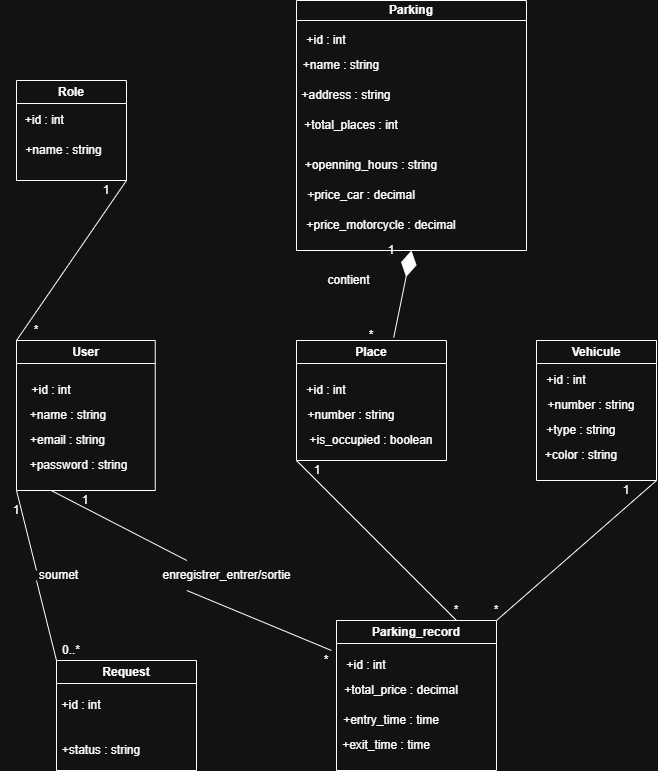
Earlier version of the draw.io export Diagrammes/class2.png (elhafkhalid/Gestion_parking). Source tidied: cells renumbered, new cells last; positions are measured from the earlier drawing's top-left corner, leaving out a move shared by most shapes.
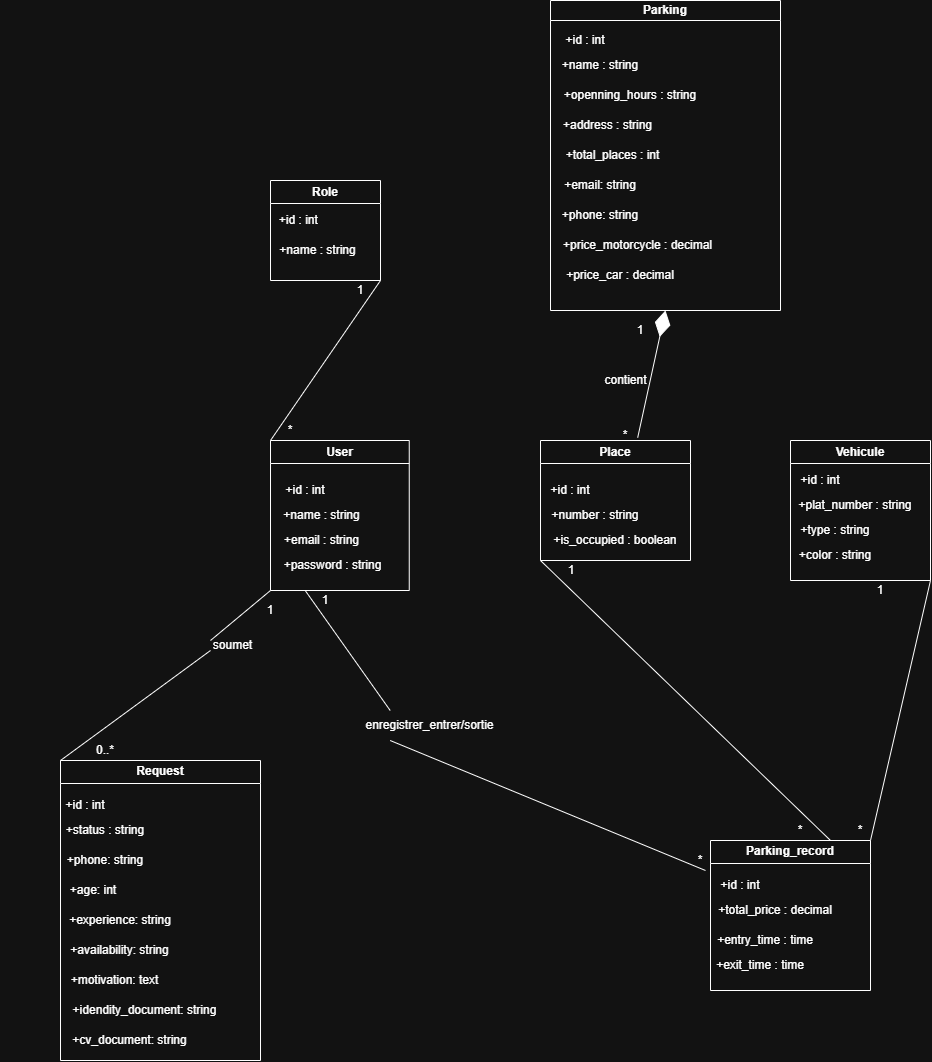
Later version of the same file.

Change to the diagram source:
```diff
@@ -12,29 +12,35 @@
       <mxGeometry x="-15" y="60" width="125" height="20" as="geometry" />
     </mxCell>
     <mxCell id="5" value="Parking" style="swimlane;whiteSpace=wrap;html=1;startSize=20;" parent="1" vertex="1">
-      <mxGeometry x="296" width="230" height="250" as="geometry" />
+      <mxGeometry x="296" y="-100" width="230" height="310" as="geometry" />
     </mxCell>
     <mxCell id="6" value="+openning_hours : string" style="text;html=1;whiteSpace=wrap;strokeColor=none;fillColor=none;align=center;verticalAlign=middle;rounded=0;" parent="5" vertex="1">
-      <mxGeometry x="-10" y="150" width="170" height="30" as="geometry" />
+      <mxGeometry y="80" width="160" height="30" as="geometry" />
     </mxCell>
     <mxCell id="7" value="+price_car : decimal" style="text;html=1;whiteSpace=wrap;strokeColor=none;fillColor=none;align=center;verticalAlign=middle;rounded=0;" parent="5" vertex="1">
-      <mxGeometry x="-60" y="180" width="250" height="30" as="geometry" />
+      <mxGeometry x="-55" y="260" width="250" height="30" as="geometry" />
     </mxCell>
     <mxCell id="8" value="+price_motorcycle : decimal" style="text;html=1;whiteSpace=wrap;strokeColor=none;fillColor=none;align=center;verticalAlign=middle;rounded=0;" parent="5" vertex="1">
-      <mxGeometry x="-60" y="210" width="290" height="30" as="geometry" />
+      <mxGeometry x="-55" y="230" width="285" height="30" as="geometry" />
     </mxCell>
-    <mxCell id="9" value="+id : int" style="text;html=1;whiteSpace=wrap;strokeColor=none;fillColor=none;align=center;verticalAlign=middle;rounded=0;" parent="1" vertex="1">
-      <mxGeometry x="276" y="30" width="100" height="20" as="geometry" />
+    <mxCell id="9" value="+id : int" style="text;html=1;whiteSpace=wrap;strokeColor=none;fillColor=none;align=center;verticalAlign=middle;rounded=0;" parent="5" vertex="1">
+      <mxGeometry x="-10" y="30" width="90" height="20" as="geometry" />
     </mxCell>
-    <mxCell id="10" value="+name : string" style="text;html=1;whiteSpace=wrap;strokeColor=none;fillColor=none;align=center;verticalAlign=middle;rounded=0;" parent="1" vertex="1">
-      <mxGeometry x="286" y="50" width="110" height="30" as="geometry" />
+    <mxCell id="10" value="+name : string" style="text;html=1;whiteSpace=wrap;strokeColor=none;fillColor=none;align=center;verticalAlign=middle;rounded=0;" parent="5" vertex="1">
+      <mxGeometry y="50" width="100" height="30" as="geometry" />
     </mxCell>
-    <mxCell id="11" value="+address : string" style="text;html=1;whiteSpace=wrap;strokeColor=none;fillColor=none;align=center;verticalAlign=middle;rounded=0;" parent="1" vertex="1">
-      <mxGeometry x="286" y="80" width="120" height="30" as="geometry" />
+    <mxCell id="11" value="+address : string" style="text;html=1;whiteSpace=wrap;strokeColor=none;fillColor=none;align=center;verticalAlign=middle;rounded=0;" parent="5" vertex="1">
+      <mxGeometry x="5" y="110" width="105" height="30" as="geometry" />
     </mxCell>
-    <mxCell id="12" value="+total_places : int" style="text;html=1;whiteSpace=wrap;strokeColor=none;fillColor=none;align=center;verticalAlign=middle;rounded=0;" parent="1" vertex="1">
-      <mxGeometry x="286" y="110" width="130" height="30" as="geometry" />
+    <mxCell id="12" value="+total_places : int" style="text;html=1;whiteSpace=wrap;strokeColor=none;fillColor=none;align=center;verticalAlign=middle;rounded=0;" parent="5" vertex="1">
+      <mxGeometry x="5" y="140" width="115" height="30" as="geometry" />
     </mxCell>
+    <mxCell id="58" value="+email: string" style="text;html=1;whiteSpace=wrap;strokeColor=none;fillColor=none;align=center;verticalAlign=middle;rounded=0;" parent="5" vertex="1">
+      <mxGeometry x="-20" y="170" width="140" height="30" as="geometry" />
+    </mxCell>
+    <mxCell id="59" value="+phone: string" style="text;html=1;whiteSpace=wrap;strokeColor=none;fillColor=none;align=center;verticalAlign=middle;rounded=0;" parent="5" vertex="1">
+      <mxGeometry x="-20" y="200" width="140" height="30" as="geometry" />
+    </mxCell>
     <mxCell id="13" value="User" style="swimlane;whiteSpace=wrap;html=1;" parent="1" vertex="1">
       <mxGeometry x="16" y="340" width="138.8" height="150" as="geometry" />
     </mxCell>
@@ -51,7 +57,7 @@
       <mxGeometry x="-15" y="110" width="155" height="30" as="geometry" />
     </mxCell>
     <mxCell id="18" value="Place" style="swimlane;whiteSpace=wrap;html=1;" parent="1" vertex="1">
-      <mxGeometry x="296" y="340" width="150" height="120" as="geometry" />
+      <mxGeometry x="286" y="340" width="150" height="120" as="geometry" />
     </mxCell>
     <mxCell id="19" value="+id : int" style="text;html=1;whiteSpace=wrap;strokeColor=none;fillColor=none;align=center;verticalAlign=middle;rounded=0;" parent="18" vertex="1">
       <mxGeometry x="-40" y="40" width="140" height="20" as="geometry" />
@@ -63,13 +69,13 @@
       <mxGeometry y="85" width="150" height="30" as="geometry" />
     </mxCell>
     <mxCell id="22" value="Vehicule" style="swimlane;whiteSpace=wrap;html=1;" parent="1" vertex="1">
-      <mxGeometry x="536" y="340" width="120" height="140" as="geometry" />
+      <mxGeometry x="536" y="340" width="140" height="140" as="geometry" />
     </mxCell>
     <mxCell id="23" value="+id : int" style="text;html=1;whiteSpace=wrap;strokeColor=none;fillColor=none;align=center;verticalAlign=middle;rounded=0;" parent="22" vertex="1">
       <mxGeometry x="-20" y="30" width="100" height="20" as="geometry" />
     </mxCell>
-    <mxCell id="24" value="+number : string" style="text;html=1;whiteSpace=wrap;strokeColor=none;fillColor=none;align=center;verticalAlign=middle;rounded=0;" parent="22" vertex="1">
-      <mxGeometry x="-10" y="50" width="130" height="30" as="geometry" />
+    <mxCell id="24" value="+plat_number : string" style="text;html=1;whiteSpace=wrap;strokeColor=none;fillColor=none;align=center;verticalAlign=middle;rounded=0;" parent="22" vertex="1">
+      <mxGeometry x="-10" y="50" width="150" height="30" as="geometry" />
     </mxCell>
     <mxCell id="25" value="+type : string" style="text;html=1;whiteSpace=wrap;strokeColor=none;fillColor=none;align=center;verticalAlign=middle;rounded=0;" parent="22" vertex="1">
       <mxGeometry x="-20" y="80" width="130" height="20" as="geometry" />
@@ -78,16 +84,37 @@
       <mxGeometry x="-20" y="100" width="130" height="30" as="geometry" />
     </mxCell>
     <mxCell id="27" value="Request" style="swimlane;whiteSpace=wrap;html=1;" parent="1" vertex="1">
-      <mxGeometry x="56" y="660" width="140" height="110" as="geometry" />
+      <mxGeometry x="-194" y="660" width="200" height="300" as="geometry" />
     </mxCell>
     <mxCell id="28" value="+id : int" style="text;html=1;whiteSpace=wrap;strokeColor=none;fillColor=none;align=center;verticalAlign=middle;rounded=0;" parent="27" vertex="1">
       <mxGeometry x="-40" y="30" width="130" height="30" as="geometry" />
     </mxCell>
     <mxCell id="29" value="+status : string" style="text;html=1;whiteSpace=wrap;strokeColor=none;fillColor=none;align=center;verticalAlign=middle;rounded=0;" parent="27" vertex="1">
-      <mxGeometry x="-20" y="80" width="130" height="20" as="geometry" />
+      <mxGeometry x="-20" y="60" width="130" height="20" as="geometry" />
     </mxCell>
+    <mxCell id="60" value="+phone: string" style="text;html=1;whiteSpace=wrap;strokeColor=none;fillColor=none;align=center;verticalAlign=middle;rounded=0;" parent="27" vertex="1">
+      <mxGeometry x="-20" y="90" width="130" height="20" as="geometry" />
+    </mxCell>
+    <mxCell id="61" value="+age: int" style="text;html=1;whiteSpace=wrap;strokeColor=none;fillColor=none;align=center;verticalAlign=middle;rounded=0;" parent="27" vertex="1">
+      <mxGeometry x="-32.5" y="120" width="130" height="20" as="geometry" />
+    </mxCell>
+    <mxCell id="62" value="+experience: string" style="text;html=1;whiteSpace=wrap;strokeColor=none;fillColor=none;align=center;verticalAlign=middle;rounded=0;" parent="27" vertex="1">
+      <mxGeometry x="-20" y="150" width="160" height="20" as="geometry" />
+    </mxCell>
+    <mxCell id="63" value="+availability: string" style="text;html=1;whiteSpace=wrap;strokeColor=none;fillColor=none;align=center;verticalAlign=middle;rounded=0;" parent="27" vertex="1">
+      <mxGeometry x="-32.5" y="180" width="182.5" height="20" as="geometry" />
+    </mxCell>
+    <mxCell id="64" value="+motivation: text" style="text;html=1;whiteSpace=wrap;strokeColor=none;fillColor=none;align=center;verticalAlign=middle;rounded=0;" parent="27" vertex="1">
+      <mxGeometry x="-32.5" y="210" width="172.5" height="20" as="geometry" />
+    </mxCell>
+    <mxCell id="65" value="+idendity_document: string" style="text;html=1;whiteSpace=wrap;strokeColor=none;fillColor=none;align=center;verticalAlign=middle;rounded=0;" parent="27" vertex="1">
+      <mxGeometry x="-31.2" y="240" width="231.2" height="20" as="geometry" />
+    </mxCell>
+    <mxCell id="66" value="+cv_document: string" style="text;html=1;whiteSpace=wrap;strokeColor=none;fillColor=none;align=center;verticalAlign=middle;rounded=0;" parent="27" vertex="1">
+      <mxGeometry x="-60" y="270" width="258.8" height="20" as="geometry" />
+    </mxCell>
     <mxCell id="30" value="Parking_record" style="swimlane;whiteSpace=wrap;html=1;startSize=23;" parent="1" vertex="1">
-      <mxGeometry x="336" y="620" width="160" height="150" as="geometry" />
+      <mxGeometry x="456" y="740" width="160" height="150" as="geometry" />
     </mxCell>
     <mxCell id="31" value="+id : int" style="text;html=1;whiteSpace=wrap;strokeColor=none;fillColor=none;align=center;verticalAlign=middle;rounded=0;" parent="30" vertex="1">
       <mxGeometry x="-40" y="30" width="140" height="30" as="geometry" />
@@ -126,7 +153,7 @@
       <mxGeometry x="26" y="320" width="20" height="20" as="geometry" />
     </mxCell>
     <mxCell id="43" value="1" style="text;html=1;whiteSpace=wrap;strokeColor=none;fillColor=none;align=center;verticalAlign=middle;rounded=0;" parent="1" vertex="1">
-      <mxGeometry x="381" y="240" width="20" height="20" as="geometry" />
+      <mxGeometry x="376" y="220" width="20" height="20" as="geometry" />
     </mxCell>
     <mxCell id="44" value="*" style="text;html=1;whiteSpace=wrap;strokeColor=none;fillColor=none;align=center;verticalAlign=middle;rounded=0;" parent="1" vertex="1">
       <mxGeometry x="366" y="320" width="10" height="30" as="geometry" />
@@ -135,40 +162,40 @@
       <mxGeometry x="6" y="500" width="20" height="20" as="geometry" />
     </mxCell>
     <mxCell id="46" value="0..*" style="text;html=1;whiteSpace=wrap;strokeColor=none;fillColor=none;align=center;verticalAlign=middle;rounded=0;" parent="1" vertex="1">
-      <mxGeometry x="56" y="640" width="30" height="20" as="geometry" />
+      <mxGeometry x="-164" y="640" width="30" height="20" as="geometry" />
     </mxCell>
     <mxCell id="47" value="1" style="text;html=1;whiteSpace=wrap;strokeColor=none;fillColor=none;align=center;verticalAlign=middle;rounded=0;" parent="1" vertex="1">
-      <mxGeometry x="75.4" y="490" width="20" height="20" as="geometry" />
+      <mxGeometry x="61" y="490" width="20" height="20" as="geometry" />
     </mxCell>
     <mxCell id="48" value="*" style="text;html=1;whiteSpace=wrap;strokeColor=none;fillColor=none;align=center;verticalAlign=middle;rounded=0;" parent="1" vertex="1">
-      <mxGeometry x="316" y="650" width="20" height="20" as="geometry" />
+      <mxGeometry x="436" y="750" width="20" height="20" as="geometry" />
     </mxCell>
     <mxCell id="49" value="1" style="text;html=1;whiteSpace=wrap;strokeColor=none;fillColor=none;align=center;verticalAlign=middle;rounded=0;" parent="1" vertex="1">
       <mxGeometry x="307.2" y="460" width="20" height="20" as="geometry" />
     </mxCell>
     <mxCell id="50" value="*" style="text;html=1;whiteSpace=wrap;strokeColor=none;fillColor=none;align=center;verticalAlign=middle;rounded=0;" parent="1" vertex="1">
-      <mxGeometry x="446" y="600" width="20" height="20" as="geometry" />
+      <mxGeometry x="536" y="720" width="20" height="20" as="geometry" />
     </mxCell>
     <mxCell id="51" value="1" style="text;html=1;whiteSpace=wrap;strokeColor=none;fillColor=none;align=center;verticalAlign=middle;rounded=0;" parent="1" vertex="1">
       <mxGeometry x="606" y="480" width="40" height="20" as="geometry" />
     </mxCell>
     <mxCell id="52" value="*" style="text;html=1;whiteSpace=wrap;strokeColor=none;fillColor=none;align=center;verticalAlign=middle;rounded=0;" parent="1" vertex="1">
-      <mxGeometry x="486" y="600" width="20" height="20" as="geometry" />
+      <mxGeometry x="596" y="720" width="20" height="20" as="geometry" />
     </mxCell>
     <mxCell id="53" style="endArrow=none;html=1;rounded=0;entryX=0.25;entryY=1;entryDx=0;entryDy=0;exitX=0.25;exitY=0;exitDx=0;exitDy=0;" parent="1" edge="1" source="31" target="54">
       <mxGeometry relative="1" as="geometry" />
     </mxCell>
     <mxCell id="54" value="enregistrer_entrer/sortie" style="text;html=1;whiteSpace=wrap;strokeColor=none;fillColor=none;align=center;verticalAlign=middle;rounded=0;" parent="1" vertex="1">
-      <mxGeometry x="146" y="560" width="161.2" height="30" as="geometry" />
+      <mxGeometry x="95.4" y="610" width="161.2" height="30" as="geometry" />
     </mxCell>
     <mxCell id="55" value="contient" style="text;html=1;whiteSpace=wrap;strokeColor=none;fillColor=none;align=center;verticalAlign=middle;rounded=0;" parent="1" vertex="1">
-      <mxGeometry x="326" y="270" width="45" height="20" as="geometry" />
+      <mxGeometry x="348.5" y="270" width="45" height="20" as="geometry" />
     </mxCell>
     <mxCell id="56" style="endArrow=none;html=1;rounded=0;exitX=0;exitY=1;exitDx=0;exitDy=0;entryX=0;entryY=0;entryDx=0;entryDy=0;" parent="1" edge="1" source="13" target="57">
       <mxGeometry relative="1" as="geometry" />
     </mxCell>
     <mxCell id="57" value="soumet" style="text;html=1;whiteSpace=wrap;strokeColor=none;fillColor=none;align=center;verticalAlign=middle;rounded=0;" parent="1" vertex="1">
-      <mxGeometry x="36" y="570" width="45" height="10" as="geometry" />
+      <mxGeometry x="-44" y="540" width="45" height="10" as="geometry" />
     </mxCell>
   </root>
 </mxGraphModel>
```
